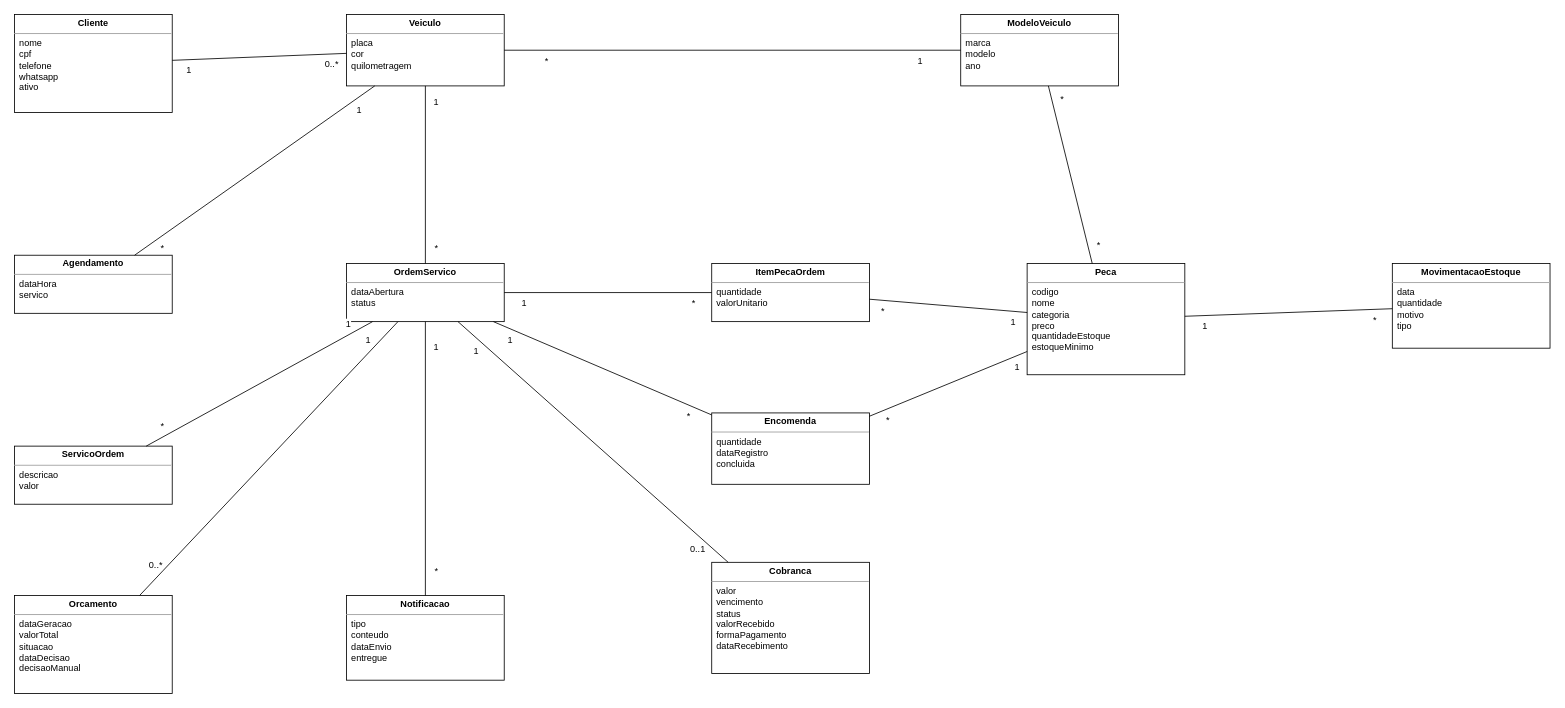
This is documentation/diagrams/diagrama_classes_conceitual.drawio from VictorAGalvan/Gerenciador-de-oficina-mecanica, a draw.io file, before an edit. Source tidied: cells renumbered, new cells numbered last; positions are measured from the earlier drawing's top-left corner, leaving out a move shared by most shapes. Both pictures are drawn from the tidied source at 83%, with x=0, y=0 at pixel (14, 14).
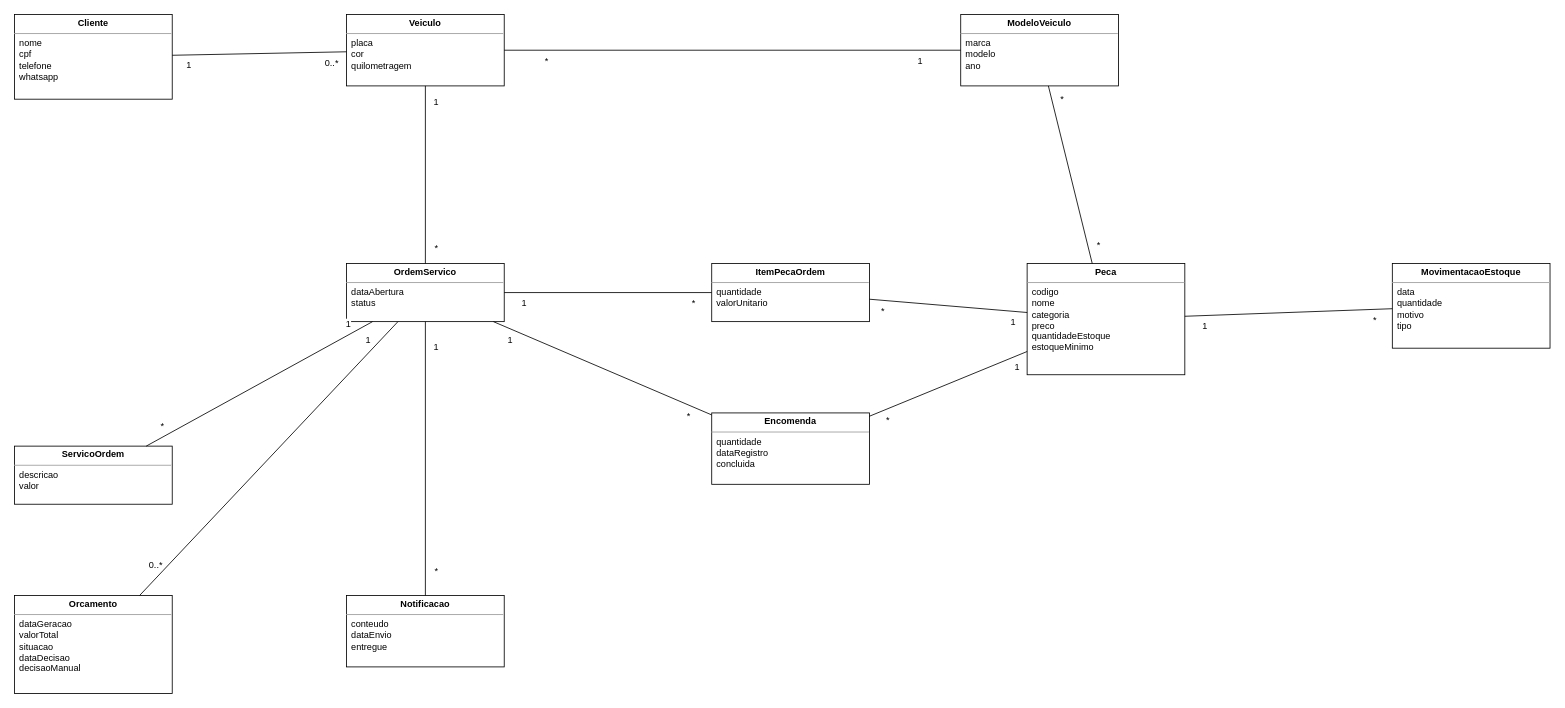
After the change.

The change refers to these unchanged cells:
```xml
<mxCell id="3" value="&lt;p style=&quot;margin:0px;margin-top:4px;text-align:center;&quot;&gt;&lt;b&gt;Veiculo&lt;/b&gt;&lt;/p&gt;&lt;hr size=&quot;1&quot;/&gt;&lt;p style=&quot;margin:0px;margin-left:6px;&quot;&gt;placa&lt;br/&gt;cor&lt;br/&gt;quilometragem&lt;/p&gt;" style="verticalAlign=top;align=left;overflow=fill;fontSize=11;fontFamily=Helvetica;html=1;whiteSpace=wrap;" parent="1" vertex="1">
  <mxGeometry x="400" width="190" height="86" as="geometry" />
</mxCell>
<mxCell id="6" value="&lt;p style=&quot;margin:0px;margin-top:4px;text-align:center;&quot;&gt;&lt;b&gt;OrdemServico&lt;/b&gt;&lt;/p&gt;&lt;hr size=&quot;1&quot;/&gt;&lt;p style=&quot;margin:0px;margin-left:6px;&quot;&gt;dataAbertura&lt;br/&gt;status&lt;/p&gt;" style="verticalAlign=top;align=left;overflow=fill;fontSize=11;fontFamily=Helvetica;html=1;whiteSpace=wrap;" parent="1" vertex="1">
  <mxGeometry x="400" y="300" width="190" height="70" as="geometry" />
</mxCell>
```

Change to the diagram source:
```diff
@@
-    <mxCell id="2" value="&lt;p style=&quot;margin:0px;margin-top:4px;text-align:center;&quot;&gt;&lt;b&gt;Cliente&lt;/b&gt;&lt;/p&gt;&lt;hr size=&quot;1&quot;/&gt;&lt;p style=&quot;margin:0px;margin-left:6px;&quot;&gt;nome&lt;br/&gt;cpf&lt;br/&gt;telefone&lt;br/&gt;whatsapp&lt;br/&gt;ativo&lt;/p&gt;" style="verticalAlign=top;align=left;overflow=fill;fontSize=11;fontFamily=Helvetica;html=1;whiteSpace=wrap;" parent="1" vertex="1">
-      <mxGeometry width="190" height="118" as="geometry" />
+    <mxCell id="2" value="&lt;p style=&quot;margin:0px;margin-top:4px;text-align:center;&quot;&gt;&lt;b&gt;Cliente&lt;/b&gt;&lt;/p&gt;&lt;hr size=&quot;1&quot;/&gt;&lt;p style=&quot;margin:0px;margin-left:6px;&quot;&gt;nome&lt;br/&gt;cpf&lt;br/&gt;telefone&lt;br/&gt;whatsapp&lt;/p&gt;" style="verticalAlign=top;align=left;overflow=fill;fontSize=11;fontFamily=Helvetica;html=1;whiteSpace=wrap;" parent="1" vertex="1">
+      <mxGeometry width="190" height="102" as="geometry" />
     </mxCell>
@@
-    <mxCell id="5" value="&lt;p style=&quot;margin:0px;margin-top:4px;text-align:center;&quot;&gt;&lt;b&gt;Agendamento&lt;/b&gt;&lt;/p&gt;&lt;hr size=&quot;1&quot;/&gt;&lt;p style=&quot;margin:0px;margin-left:6px;&quot;&gt;dataHora&lt;br/&gt;servico&lt;/p&gt;" style="verticalAlign=top;align=left;overflow=fill;fontSize=11;fontFamily=Helvetica;html=1;whiteSpace=wrap;" parent="1" vertex="1">
-      <mxGeometry y="290" width="190" height="70" as="geometry" />
-    </mxCell>
@@
-    <mxCell id="9" value="&lt;p style=&quot;margin:0px;margin-top:4px;text-align:center;&quot;&gt;&lt;b&gt;Notificacao&lt;/b&gt;&lt;/p&gt;&lt;hr size=&quot;1&quot;/&gt;&lt;p style=&quot;margin:0px;margin-left:6px;&quot;&gt;tipo&lt;br/&gt;conteudo&lt;br/&gt;dataEnvio&lt;br/&gt;entregue&lt;/p&gt;" style="verticalAlign=top;align=left;overflow=fill;fontSize=11;fontFamily=Helvetica;html=1;whiteSpace=wrap;" parent="1" vertex="1">
-      <mxGeometry x="400" y="700" width="190" height="102" as="geometry" />
+    <mxCell id="9" value="&lt;p style=&quot;margin:0px;margin-top:4px;text-align:center;&quot;&gt;&lt;b&gt;Notificacao&lt;/b&gt;&lt;/p&gt;&lt;hr size=&quot;1&quot;/&gt;&lt;p style=&quot;margin:0px;margin-left:6px;&quot;&gt;conteudo&lt;br/&gt;dataEnvio&lt;br/&gt;entregue&lt;/p&gt;" style="verticalAlign=top;align=left;overflow=fill;fontSize=11;fontFamily=Helvetica;html=1;whiteSpace=wrap;" parent="1" vertex="1">
+      <mxGeometry x="400" y="700" width="190" height="86" as="geometry" />
     </mxCell>
@@
-    <mxCell id="12" value="&lt;p style=&quot;margin:0px;margin-top:4px;text-align:center;&quot;&gt;&lt;b&gt;Cobranca&lt;/b&gt;&lt;/p&gt;&lt;hr size=&quot;1&quot;/&gt;&lt;p style=&quot;margin:0px;margin-left:6px;&quot;&gt;valor&lt;br/&gt;vencimento&lt;br/&gt;status&lt;br/&gt;valorRecebido&lt;br/&gt;formaPagamento&lt;br/&gt;dataRecebimento&lt;/p&gt;" style="verticalAlign=top;align=left;overflow=fill;fontSize=11;fontFamily=Helvetica;html=1;whiteSpace=wrap;" parent="1" vertex="1">
-      <mxGeometry x="840" y="660" width="190" height="134" as="geometry" />
-    </mxCell>
@@
-    <mxCell id="30" style="endArrow=none;html=1;rounded=0;fontSize=11;labelBackgroundColor=#ffffff;" parent="1" edge="1" source="5" target="3">
-      <mxGeometry relative="1" as="geometry" />
-    </mxCell>
-    <mxCell id="31" value="*" style="edgeLabel;html=1;align=center;verticalAlign=middle;fontSize=11;labelBackgroundColor=#ffffff;" parent="30" vertex="1">
-      <mxGeometry x="-0.82" y="-12" relative="1" as="geometry" />
-    </mxCell>
-    <mxCell id="32" value="1" style="edgeLabel;html=1;align=center;verticalAlign=middle;fontSize=11;labelBackgroundColor=#ffffff;" parent="30" vertex="1">
-      <mxGeometry x="0.82" y="-12" relative="1" as="geometry" />
-    </mxCell>
@@
-    <mxCell id="45" style="endArrow=none;html=1;rounded=0;fontSize=11;labelBackgroundColor=#ffffff;" parent="1" edge="1" source="6" target="12">
-      <mxGeometry relative="1" as="geometry" />
-    </mxCell>
-    <mxCell id="46" value="1" style="edgeLabel;html=1;align=center;verticalAlign=middle;fontSize=11;labelBackgroundColor=#ffffff;" parent="45" vertex="1">
-      <mxGeometry x="-0.82" y="-12" relative="1" as="geometry" />
-    </mxCell>
-    <mxCell id="47" value="0..1" style="edgeLabel;html=1;align=center;verticalAlign=middle;fontSize=11;labelBackgroundColor=#ffffff;" parent="45" vertex="1">
-      <mxGeometry x="0.82" y="-12" relative="1" as="geometry" />
-    </mxCell>
```
